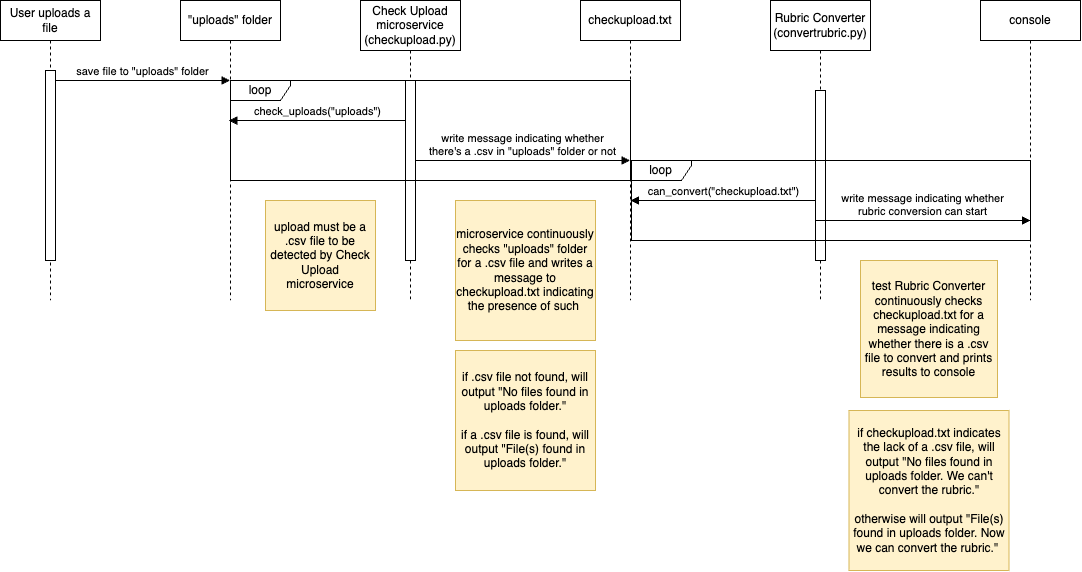
Above: readme/uml.png in atongsak/rubric-converter-microservice (draw.io), before the change. Source tidied: cells renumbered, new cells last; positions are measured from the earlier drawing's top-left corner, leaving out a move shared by most shapes. Source of this version:
```xml
<mxGraphModel>
  <root>
    <mxCell id="0" />
    <mxCell id="1" parent="0" />
    <mxCell id="2" value="write message indicating whether &lt;br&gt;there's a .csv in &quot;uploads&quot; folder or not" style="html=1;verticalAlign=bottom;endArrow=block;edgeStyle=elbowEdgeStyle;elbow=horizontal;curved=0;rounded=0;" parent="1" edge="1" target="11">
      <mxGeometry relative="1" as="geometry">
        <mxPoint x="415" y="160" as="sourcePoint" />
        <Array as="points">
          <mxPoint x="515" y="160" />
        </Array>
      </mxGeometry>
    </mxCell>
    <mxCell id="3" value="User uploads a file" style="shape=umlLifeline;perimeter=lifelinePerimeter;whiteSpace=wrap;html=1;newEdgeStyle={&quot;edgeStyle&quot;:&quot;elbowEdgeStyle&quot;,&quot;elbow&quot;:&quot;vertical&quot;,&quot;curved&quot;:0,&quot;rounded&quot;:0};" parent="1" vertex="1">
      <mxGeometry width="100" height="300" as="geometry" />
    </mxCell>
    <mxCell id="4" style="html=1;points=[];perimeter=orthogonalPerimeter;outlineConnect=0;targetShapes=umlLifeline;portConstraint=eastwest;newEdgeStyle={&quot;edgeStyle&quot;:&quot;elbowEdgeStyle&quot;,&quot;elbow&quot;:&quot;vertical&quot;,&quot;curved&quot;:0,&quot;rounded&quot;:0};" parent="3" vertex="1">
      <mxGeometry x="45" y="70" width="10" height="190" as="geometry" />
    </mxCell>
    <mxCell id="5" value="&quot;uploads&quot; folder" style="shape=umlLifeline;perimeter=lifelinePerimeter;whiteSpace=wrap;html=1;outlineConnect=0;portConstraint=eastwest;newEdgeStyle={&quot;edgeStyle&quot;:&quot;elbowEdgeStyle&quot;,&quot;elbow&quot;:&quot;vertical&quot;,&quot;curved&quot;:0,&quot;rounded&quot;:0};size=40;" parent="1" vertex="1">
      <mxGeometry x="180" width="100" height="300" as="geometry" />
    </mxCell>
    <mxCell id="6" value="save file to &quot;uploads&quot; folder" style="html=1;verticalAlign=bottom;endArrow=block;edgeStyle=elbowEdgeStyle;elbow=horizontal;curved=0;rounded=0;" parent="1" edge="1" source="4" target="5">
      <mxGeometry relative="1" as="geometry">
        <Array as="points">
          <mxPoint x="140" y="80" />
        </Array>
      </mxGeometry>
    </mxCell>
    <mxCell id="7" value="Check Upload microservice&lt;br style=&quot;border-color: var(--border-color);&quot;&gt;(checkupload.py)" style="shape=umlLifeline;perimeter=lifelinePerimeter;whiteSpace=wrap;html=1;newEdgeStyle={&quot;edgeStyle&quot;:&quot;elbowEdgeStyle&quot;,&quot;elbow&quot;:&quot;vertical&quot;,&quot;curved&quot;:0,&quot;rounded&quot;:0};size=50;" parent="1" vertex="1">
      <mxGeometry x="360" width="100" height="300" as="geometry" />
    </mxCell>
    <mxCell id="8" style="html=1;points=[];perimeter=orthogonalPerimeter;outlineConnect=0;targetShapes=umlLifeline;portConstraint=eastwest;newEdgeStyle={&quot;edgeStyle&quot;:&quot;elbowEdgeStyle&quot;,&quot;elbow&quot;:&quot;vertical&quot;,&quot;curved&quot;:0,&quot;rounded&quot;:0};" parent="7" vertex="1">
      <mxGeometry x="45" y="80" width="10" height="180" as="geometry" />
    </mxCell>
    <mxCell id="9" value="check_uploads(&quot;uploads&quot;)" style="html=1;verticalAlign=bottom;endArrow=none;edgeStyle=elbowEdgeStyle;elbow=horizontal;curved=0;rounded=0;endFill=0;startArrow=block;startFill=1;" parent="1" edge="1" source="5" target="8">
      <mxGeometry relative="1" as="geometry">
        <Array as="points">
          <mxPoint x="335" y="120" />
        </Array>
      </mxGeometry>
    </mxCell>
    <mxCell id="10" value="&lt;font style=&quot;font-size: 12px;&quot;&gt;loop&lt;/font&gt;" style="shape=umlFrame;whiteSpace=wrap;html=1;width=60;height=20;rotation=0;" parent="1" vertex="1">
      <mxGeometry x="230" y="80" width="400" height="100" as="geometry" />
    </mxCell>
    <mxCell id="11" value="checkupload.txt" style="shape=umlLifeline;perimeter=lifelinePerimeter;whiteSpace=wrap;html=1;outlineConnect=0;portConstraint=eastwest;newEdgeStyle={&quot;edgeStyle&quot;:&quot;elbowEdgeStyle&quot;,&quot;elbow&quot;:&quot;vertical&quot;,&quot;curved&quot;:0,&quot;rounded&quot;:0};size=40;" parent="1" vertex="1">
      <mxGeometry x="580" width="100" height="300" as="geometry" />
    </mxCell>
    <mxCell id="12" value="Rubric Converter (convertrubric.py)" style="shape=umlLifeline;perimeter=lifelinePerimeter;whiteSpace=wrap;html=1;newEdgeStyle={&quot;edgeStyle&quot;:&quot;elbowEdgeStyle&quot;,&quot;elbow&quot;:&quot;vertical&quot;,&quot;curved&quot;:0,&quot;rounded&quot;:0};size=50;" parent="1" vertex="1">
      <mxGeometry x="770" width="100" height="300" as="geometry" />
    </mxCell>
    <mxCell id="13" style="html=1;points=[];perimeter=orthogonalPerimeter;outlineConnect=0;targetShapes=umlLifeline;portConstraint=eastwest;newEdgeStyle={&quot;edgeStyle&quot;:&quot;elbowEdgeStyle&quot;,&quot;elbow&quot;:&quot;vertical&quot;,&quot;curved&quot;:0,&quot;rounded&quot;:0};" parent="12" vertex="1">
      <mxGeometry x="45" y="90" width="10" height="170" as="geometry" />
    </mxCell>
    <mxCell id="14" value="can_convert(&quot;checkupload.txt&quot;)" style="html=1;verticalAlign=bottom;endArrow=none;edgeStyle=elbowEdgeStyle;elbow=horizontal;curved=0;rounded=0;endFill=0;startArrow=block;startFill=1;" parent="1" edge="1" target="13">
      <mxGeometry relative="1" as="geometry">
        <mxPoint x="630" y="200" as="sourcePoint" />
        <Array as="points">
          <mxPoint x="736" y="200" />
        </Array>
      </mxGeometry>
    </mxCell>
    <mxCell id="15" value="&lt;font style=&quot;font-size: 12px;&quot;&gt;loop&lt;/font&gt;" style="shape=umlFrame;whiteSpace=wrap;html=1;width=60;height=20;rotation=0;" parent="1" vertex="1">
      <mxGeometry x="631" y="160" width="399" height="80" as="geometry" />
    </mxCell>
    <mxCell id="16" value="upload must be a .csv file to be detected by Check Upload microservice" style="whiteSpace=wrap;html=1;fillColor=#fff2cc;strokeColor=#d6b656;" parent="1" vertex="1">
      <mxGeometry x="265" y="200" width="110" height="110" as="geometry" />
    </mxCell>
    <mxCell id="17" style="edgeStyle=none;curved=1;rounded=0;orthogonalLoop=1;jettySize=auto;html=1;exitX=1;exitY=0.5;exitDx=0;exitDy=0;fontSize=12;startSize=8;endSize=8;" parent="1" edge="1" source="16" target="16">
      <mxGeometry relative="1" as="geometry" />
    </mxCell>
    <mxCell id="18" value="microservice continuously checks &quot;uploads&quot; folder for a .csv file and writes a message to checkupload.txt indicating the presence of such&amp;nbsp;" style="whiteSpace=wrap;html=1;fillColor=#fff2cc;strokeColor=#d6b656;" parent="1" vertex="1">
      <mxGeometry x="455" y="200" width="140" height="140" as="geometry" />
    </mxCell>
    <mxCell id="19" value="if .csv file not found, will output &quot;No files found in uploads folder.&quot;&lt;br&gt;&lt;br&gt;if a .csv file is found, will output &quot;File(s) found in uploads folder.&quot;" style="whiteSpace=wrap;html=1;fillColor=#fff2cc;strokeColor=#d6b656;" parent="1" vertex="1">
      <mxGeometry x="455" y="350" width="140" height="140" as="geometry" />
    </mxCell>
    <mxCell id="20" value="test Rubric Converter continuously checks checkupload.txt for a message indicating whether there is a .csv file to convert and prints results to console" style="whiteSpace=wrap;html=1;fillColor=#fff2cc;strokeColor=#d6b656;" parent="1" vertex="1">
      <mxGeometry x="860" y="260" width="137" height="137" as="geometry" />
    </mxCell>
    <mxCell id="21" value="console" style="shape=umlLifeline;perimeter=lifelinePerimeter;whiteSpace=wrap;html=1;newEdgeStyle={&quot;edgeStyle&quot;:&quot;elbowEdgeStyle&quot;,&quot;elbow&quot;:&quot;vertical&quot;,&quot;curved&quot;:0,&quot;rounded&quot;:0};size=40;" parent="1" vertex="1">
      <mxGeometry x="980" width="100" height="300" as="geometry" />
    </mxCell>
    <mxCell id="22" value="write message indicating whether &lt;br&gt;rubric conversion can start" style="html=1;verticalAlign=bottom;endArrow=block;edgeStyle=elbowEdgeStyle;elbow=horizontal;curved=0;rounded=0;" parent="1" edge="1">
      <mxGeometry relative="1" as="geometry">
        <mxPoint x="815" y="220" as="sourcePoint" />
        <mxPoint x="1030" y="220" as="targetPoint" />
        <Array as="points">
          <mxPoint x="915" y="220" />
        </Array>
      </mxGeometry>
    </mxCell>
    <mxCell id="23" value="if checkupload.txt indicates the lack of a .csv file, will output &quot;No files found in uploads folder. We can't convert the rubric.&quot;&lt;br&gt;&lt;br&gt;otherwise will output &quot;File(s) found in uploads folder. Now we can convert the rubric.&quot;&amp;nbsp;" style="whiteSpace=wrap;html=1;fillColor=#fff2cc;strokeColor=#d6b656;" parent="1" vertex="1">
      <mxGeometry x="848.5" y="410" width="160" height="160" as="geometry" />
    </mxCell>
  </root>
</mxGraphModel>
```
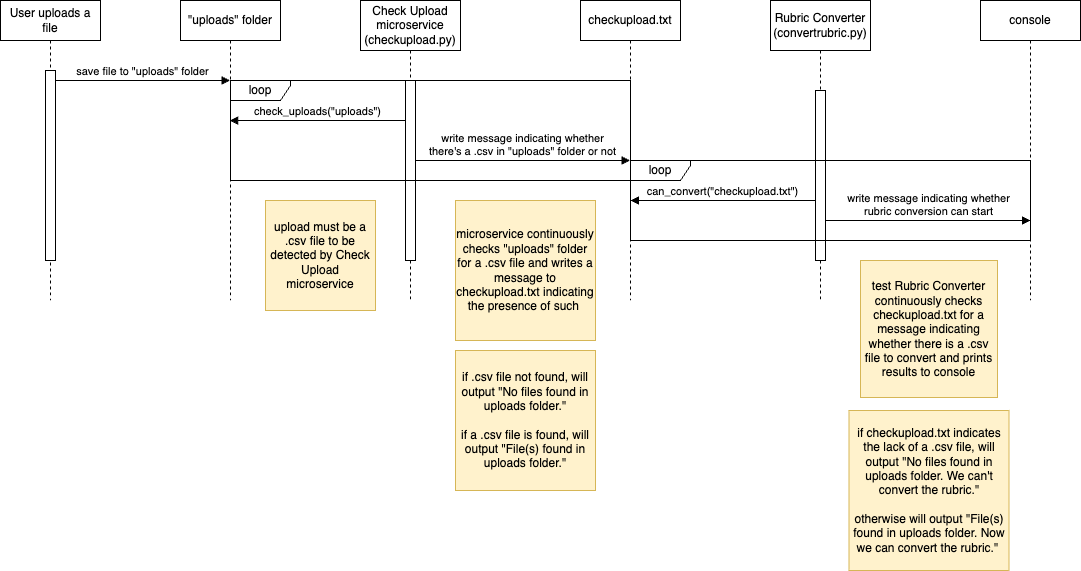
Above is the later version.

Change to the diagram source:
```diff
@@ -60,7 +60,7 @@
       </mxGeometry>
     </mxCell>
     <mxCell id="15" value="&lt;font style=&quot;font-size: 12px;&quot;&gt;loop&lt;/font&gt;" style="shape=umlFrame;whiteSpace=wrap;html=1;width=60;height=20;rotation=0;" parent="1" vertex="1">
-      <mxGeometry x="631" y="160" width="399" height="80" as="geometry" />
+      <mxGeometry x="630" y="160" width="400" height="80" as="geometry" />
     </mxCell>
     <mxCell id="16" value="upload must be a .csv file to be detected by Check Upload microservice" style="whiteSpace=wrap;html=1;fillColor=#fff2cc;strokeColor=#d6b656;" parent="1" vertex="1">
       <mxGeometry x="265" y="200" width="110" height="110" as="geometry" />
@@ -80,9 +80,8 @@
     <mxCell id="21" value="console" style="shape=umlLifeline;perimeter=lifelinePerimeter;whiteSpace=wrap;html=1;newEdgeStyle={&quot;edgeStyle&quot;:&quot;elbowEdgeStyle&quot;,&quot;elbow&quot;:&quot;vertical&quot;,&quot;curved&quot;:0,&quot;rounded&quot;:0};size=40;" parent="1" vertex="1">
       <mxGeometry x="980" width="100" height="300" as="geometry" />
     </mxCell>
-    <mxCell id="22" value="write message indicating whether &lt;br&gt;rubric conversion can start" style="html=1;verticalAlign=bottom;endArrow=block;edgeStyle=elbowEdgeStyle;elbow=horizontal;curved=0;rounded=0;" parent="1" edge="1">
+    <mxCell id="22" value="write message indicating whether &lt;br&gt;rubric conversion can start" style="html=1;verticalAlign=bottom;endArrow=block;edgeStyle=elbowEdgeStyle;elbow=horizontal;curved=0;rounded=0;" parent="1" edge="1" source="13">
       <mxGeometry relative="1" as="geometry">
-        <mxPoint x="815" y="220" as="sourcePoint" />
         <mxPoint x="1030" y="220" as="targetPoint" />
         <Array as="points">
           <mxPoint x="915" y="220" />
```
